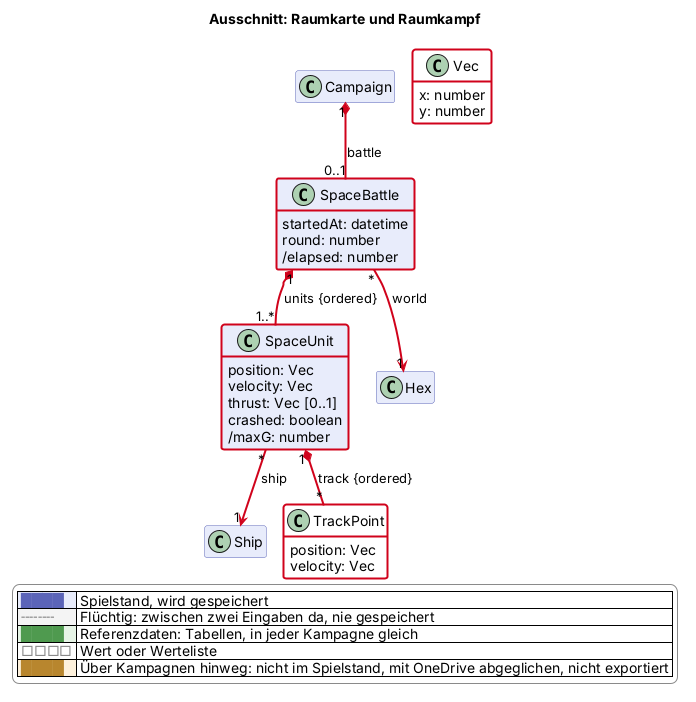
This is docs/views/raum.png from scuzzar/SRE, a PlantUML export, as it was before one commit.
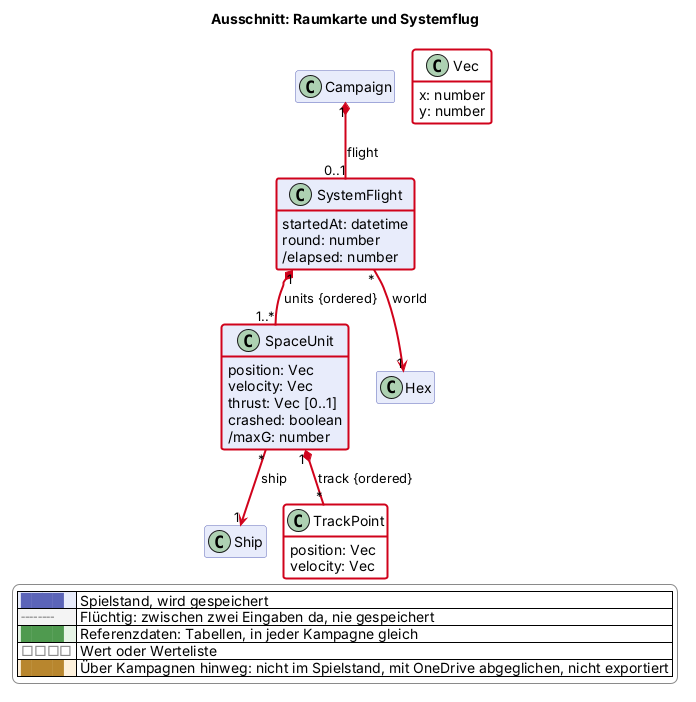
The same file after the commit.

Change to the diagram source:
```diff
@@ -35,7 +35,7 @@
 !return ""
 !endfunction
 !pragma layout smetana
-title Ausschnitt: Raumkarte und Raumkampf
+title Ausschnitt: Raumkarte und Systemflug
 hide empty members
 hide methods
 skinparam classAttributeIconSize 0
@@ -73,7 +73,7 @@
 
   class Ship $schiffe
 
-  class SpaceBattle $raum $newClass("2026-11-18") {
+  class SystemFlight $raum $newClass("2026-11-18") {
     startedAt: datetime
     round: number
     /elapsed: number
@@ -103,9 +103,9 @@
 
 
 
-Campaign "1" *-$newArrow("2026-11-18")- "0..1" SpaceBattle : battle
-SpaceBattle "*" -$newArrow("2026-11-18")-> "1" Hex : world
-SpaceBattle "1" *-$newArrow("2026-11-18")- "1..*" SpaceUnit : units {ordered}
+Campaign "1" *-$newArrow("2026-11-18")- "0..1" SystemFlight : flight
+SystemFlight "*" -$newArrow("2026-11-18")-> "1" Hex : world
+SystemFlight "1" *-$newArrow("2026-11-18")- "1..*" SpaceUnit : units {ordered}
 SpaceUnit "*" -$newArrow("2026-11-18")-> "1" Ship : ship
 SpaceUnit "1" *-$newArrow("2026-11-18")- "*" TrackPoint : track {ordered}
 
```
